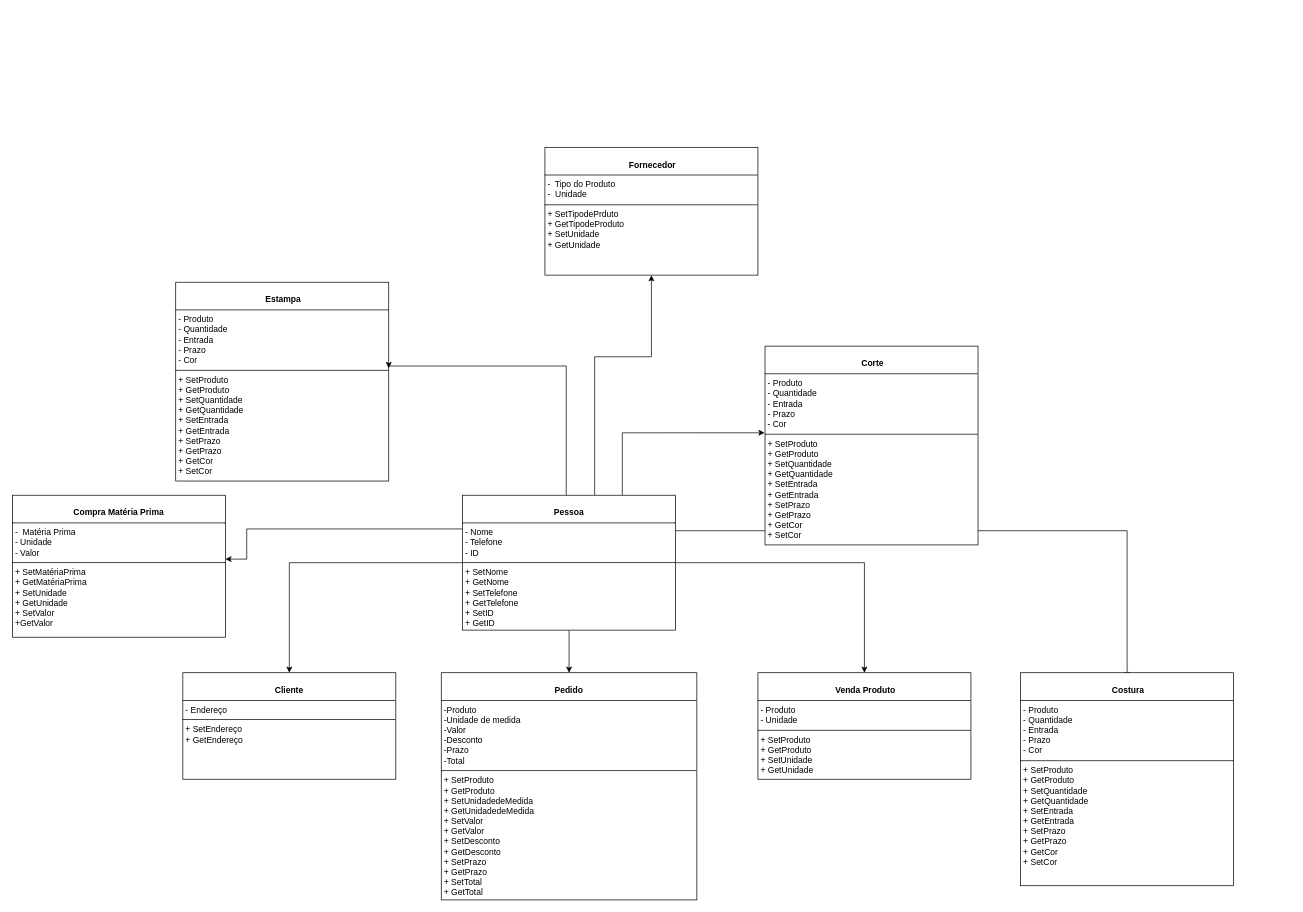
The draw.io diagram page "Página-1" (1 of 3) of DOC/classes.drawio in rafaelareisilva/avatar.app, before the edit. Source tidied: cells renumbered, new cells numbered last; positions are measured from the earlier drawing's top-left corner, leaving out a move shared by most shapes. Both pictures are drawn from the tidied source at 71%, with x=0, y=0 at pixel (12, 147).
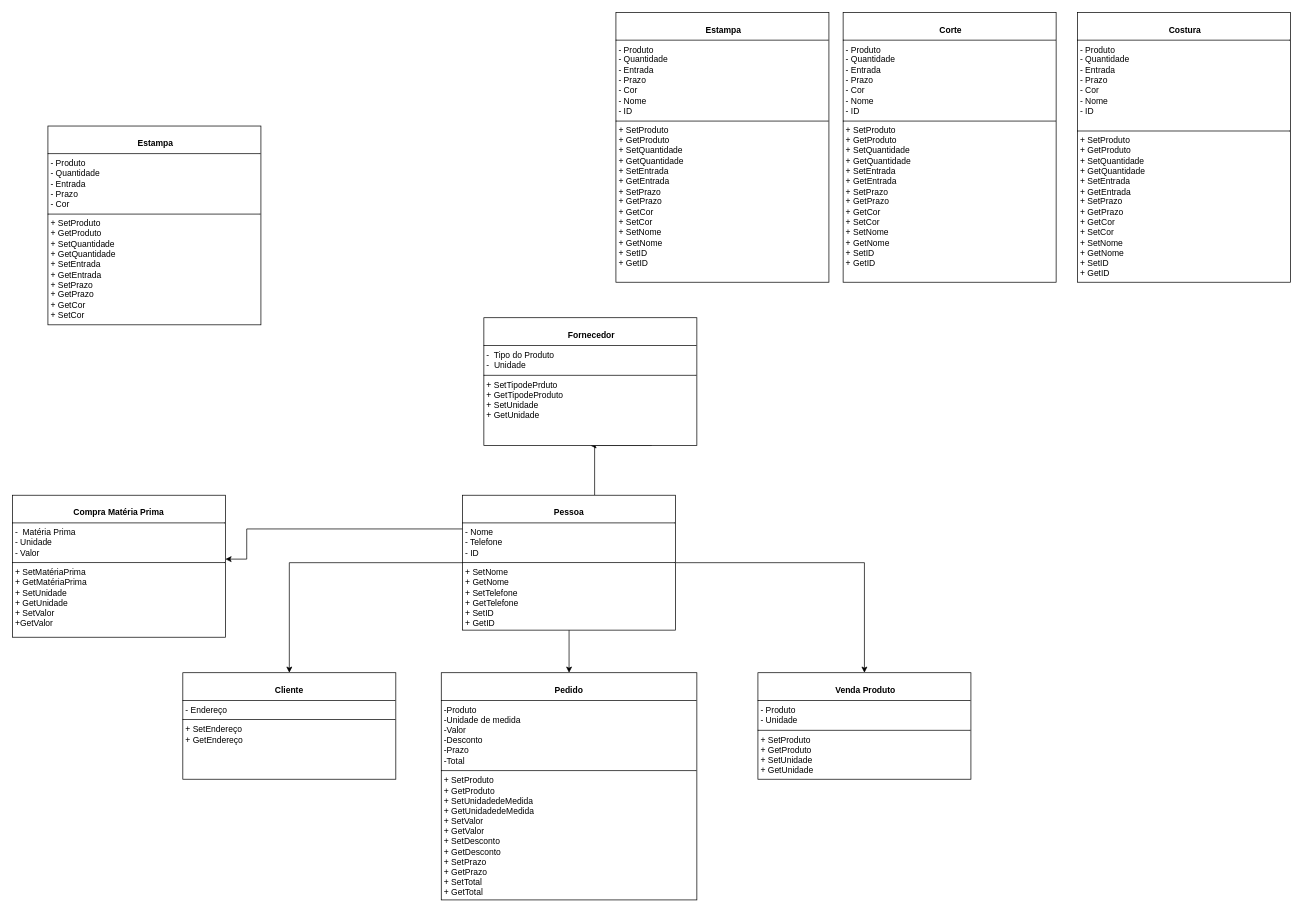
Above is the later version.

The change refers to these unchanged cells:
```xml
<mxCell id="8" value="&lt;p style=&quot;margin:0px;margin-top:4px;text-align:center;&quot;&gt;&lt;br&gt;&lt;b&gt;Pessoa&lt;/b&gt;&lt;/p&gt;&lt;hr size=&quot;1&quot; style=&quot;border-style:solid;&quot;&gt;&lt;p style=&quot;margin:0px;margin-left:4px;&quot;&gt;- Nome&lt;/p&gt;&lt;p style=&quot;margin:0px;margin-left:4px;&quot;&gt;- Telefone&lt;/p&gt;&lt;p style=&quot;margin:0px;margin-left:4px;&quot;&gt;- ID&lt;/p&gt;&lt;hr size=&quot;1&quot; style=&quot;border-style:solid;&quot;&gt;&lt;p style=&quot;margin:0px;margin-left:4px;&quot;&gt;+ SetNome&lt;br&gt;+ GetNome&lt;/p&gt;&lt;p style=&quot;margin:0px;margin-left:4px;&quot;&gt;+ SetTelefone&lt;/p&gt;&lt;p style=&quot;margin:0px;margin-left:4px;&quot;&gt;+ GetTelefone&lt;/p&gt;&lt;p style=&quot;margin:0px;margin-left:4px;&quot;&gt;+ SetID&lt;/p&gt;&lt;p style=&quot;margin:0px;margin-left:4px;&quot;&gt;+ GetID&lt;/p&gt;&lt;p style=&quot;margin:0px;margin-left:4px;&quot;&gt;&lt;br&gt;&lt;/p&gt;&lt;p style=&quot;margin:0px;margin-left:4px;&quot;&gt;&lt;br&gt;&lt;/p&gt;&lt;p style=&quot;margin:0px;margin-left:4px;&quot;&gt;&lt;br&gt;&lt;/p&gt;&lt;p style=&quot;margin:0px;margin-left:4px;&quot;&gt;&lt;br&gt;&lt;/p&gt;&lt;p style=&quot;margin:0px;margin-left:4px;&quot;&gt;&lt;br&gt;&lt;/p&gt;&lt;p style=&quot;margin:0px;margin-left:4px;&quot;&gt;&lt;br&gt;&lt;/p&gt;&lt;p style=&quot;margin:0px;margin-left:4px;&quot;&gt;&lt;br&gt;&lt;/p&gt;&lt;p style=&quot;margin:0px;margin-left:4px;&quot;&gt;&lt;br&gt;&lt;/p&gt;" style="verticalAlign=top;align=left;overflow=fill;html=1;whiteSpace=wrap;" parent="1" vertex="1">
  <mxGeometry x="634" y="490" width="300" height="190" as="geometry" />
</mxCell>
```

Diff of the diagram source:
```diff
@@
-    <mxCell id="5" style="edgeStyle=orthogonalEdgeStyle;rounded=0;orthogonalLoop=1;jettySize=auto;html=1;exitX=1;exitY=0.25;exitDx=0;exitDy=0;entryX=0.5;entryY=0;entryDx=0;entryDy=0;" parent="1" edge="1">
-      <mxGeometry relative="1" as="geometry">
-        <mxPoint x="934" y="540" as="sourcePoint" />
-        <mxPoint x="1570" y="747.5" as="targetPoint" />
-        <Array as="points">
-          <mxPoint x="1570" y="539.5" />
-        </Array>
-      </mxGeometry>
-    </mxCell>
@@
-    <mxCell id="13" value="&lt;p style=&quot;margin:0px;margin-top:4px;text-align:center;&quot;&gt;&lt;br&gt;&lt;b&gt;&amp;nbsp;Costura&lt;/b&gt;&lt;/p&gt;&lt;hr size=&quot;1&quot; style=&quot;border-style:solid;&quot;&gt;&lt;p style=&quot;margin:0px;margin-left:4px;&quot;&gt;- Produto&lt;/p&gt;&lt;p style=&quot;margin:0px;margin-left:4px;&quot;&gt;- Quantidade&lt;/p&gt;&lt;p style=&quot;margin:0px;margin-left:4px;&quot;&gt;- Entrada&lt;/p&gt;&lt;p style=&quot;margin:0px;margin-left:4px;&quot;&gt;- Prazo&lt;/p&gt;&lt;p style=&quot;margin:0px;margin-left:4px;&quot;&gt;- Cor&lt;/p&gt;&lt;hr size=&quot;1&quot; style=&quot;border-style:solid;&quot;&gt;&lt;p style=&quot;margin:0px;margin-left:4px;&quot;&gt;+ SetProduto&lt;br&gt;+ GetProduto&lt;/p&gt;&lt;p style=&quot;margin:0px;margin-left:4px;&quot;&gt;+ SetQuantidade&lt;/p&gt;&lt;p style=&quot;margin:0px;margin-left:4px;&quot;&gt;+ GetQuantidade&lt;/p&gt;&lt;p style=&quot;margin: 0px 0px 0px 4px;&quot;&gt;+ SetEntrada&lt;br&gt;+ GetEntrada&lt;/p&gt;&lt;p style=&quot;margin: 0px 0px 0px 4px;&quot;&gt;+ SetPrazo&lt;/p&gt;&lt;p style=&quot;margin: 0px 0px 0px 4px;&quot;&gt;+ GetPrazo&lt;/p&gt;&lt;p style=&quot;margin: 0px 0px 0px 4px;&quot;&gt;+ GetCor&lt;/p&gt;&lt;p style=&quot;margin: 0px 0px 0px 4px;&quot;&gt;+ SetCor&lt;/p&gt;&lt;p style=&quot;margin:0px;margin-left:4px;&quot;&gt;&lt;/p&gt;&lt;p style=&quot;margin: 0px 0px 0px 4px;&quot;&gt;&lt;br&gt;&lt;/p&gt;&lt;p style=&quot;margin:0px;margin-left:4px;&quot;&gt;&lt;br&gt;&lt;/p&gt;&lt;p style=&quot;margin:0px;margin-left:4px;&quot;&gt;&lt;br&gt;&lt;/p&gt;&lt;p style=&quot;margin:0px;margin-left:4px;&quot;&gt;&lt;br&gt;&lt;/p&gt;&lt;p style=&quot;margin:0px;margin-left:4px;&quot;&gt;&lt;br&gt;&lt;/p&gt;&lt;p style=&quot;margin:0px;margin-left:4px;&quot;&gt;&lt;br&gt;&lt;/p&gt;&lt;p style=&quot;margin:0px;margin-left:4px;&quot;&gt;&lt;br&gt;&lt;/p&gt;&lt;p style=&quot;margin:0px;margin-left:4px;&quot;&gt;&lt;br&gt;&lt;/p&gt;&lt;p style=&quot;margin:0px;margin-left:4px;&quot;&gt;&lt;br&gt;&lt;/p&gt;" style="verticalAlign=top;align=left;overflow=fill;html=1;whiteSpace=wrap;" parent="1" vertex="1">
-      <mxGeometry x="1420" y="740" width="300" height="300" as="geometry" />
+    <mxCell id="13" value="&lt;p style=&quot;margin:0px;margin-top:4px;text-align:center;&quot;&gt;&lt;br&gt;&lt;b&gt;&amp;nbsp;Costura&lt;/b&gt;&lt;/p&gt;&lt;hr size=&quot;1&quot; style=&quot;border-style:solid;&quot;&gt;&lt;p style=&quot;margin:0px;margin-left:4px;&quot;&gt;- Produto&lt;/p&gt;&lt;p style=&quot;margin:0px;margin-left:4px;&quot;&gt;- Quantidade&lt;/p&gt;&lt;p style=&quot;margin:0px;margin-left:4px;&quot;&gt;- Entrada&lt;/p&gt;&lt;p style=&quot;margin:0px;margin-left:4px;&quot;&gt;- Prazo&lt;/p&gt;&lt;p style=&quot;margin:0px;margin-left:4px;&quot;&gt;- Cor&lt;/p&gt;&lt;p style=&quot;margin: 0px 0px 0px 4px;&quot;&gt;- Nome&lt;/p&gt;&lt;p style=&quot;margin: 0px 0px 0px 4px;&quot;&gt;&lt;/p&gt;&lt;p style=&quot;margin:0px;margin-left:4px;&quot;&gt;&lt;/p&gt;&lt;p style=&quot;margin: 0px 0px 0px 4px;&quot;&gt;- ID&lt;/p&gt;&lt;div&gt;&lt;br&gt;&lt;/div&gt;&lt;hr size=&quot;1&quot; style=&quot;border-style:solid;&quot;&gt;&lt;p style=&quot;margin:0px;margin-left:4px;&quot;&gt;+ SetProduto&lt;br&gt;+ GetProduto&lt;/p&gt;&lt;p style=&quot;margin:0px;margin-left:4px;&quot;&gt;+ SetQuantidade&lt;/p&gt;&lt;p style=&quot;margin:0px;margin-left:4px;&quot;&gt;+ GetQuantidade&lt;/p&gt;&lt;p style=&quot;margin: 0px 0px 0px 4px;&quot;&gt;+ SetEntrada&lt;br&gt;+ GetEntrada&lt;/p&gt;&lt;p style=&quot;margin: 0px 0px 0px 4px;&quot;&gt;+ SetPrazo&lt;/p&gt;&lt;p style=&quot;margin: 0px 0px 0px 4px;&quot;&gt;+ GetPrazo&lt;/p&gt;&lt;p style=&quot;margin: 0px 0px 0px 4px;&quot;&gt;+ GetCor&lt;/p&gt;&lt;p style=&quot;margin: 0px 0px 0px 4px;&quot;&gt;+ SetCor&lt;/p&gt;&lt;p style=&quot;margin: 0px 0px 0px 4px;&quot;&gt;+ SetNome&lt;br&gt;+ GetNome&lt;/p&gt;&lt;p style=&quot;margin: 0px 0px 0px 4px;&quot;&gt;&lt;span style=&quot;background-color: initial;&quot;&gt;+ SetID&lt;/span&gt;&lt;br&gt;&lt;/p&gt;&lt;p style=&quot;margin: 0px 0px 0px 4px;&quot;&gt;&lt;/p&gt;&lt;p style=&quot;margin: 0px 0px 0px 4px;&quot;&gt;+ GetID&lt;/p&gt;&lt;p style=&quot;margin:0px;margin-left:4px;&quot;&gt;&lt;/p&gt;&lt;p style=&quot;margin: 0px 0px 0px 4px;&quot;&gt;&lt;br&gt;&lt;/p&gt;&lt;p style=&quot;margin:0px;margin-left:4px;&quot;&gt;&lt;br&gt;&lt;/p&gt;&lt;p style=&quot;margin:0px;margin-left:4px;&quot;&gt;&lt;br&gt;&lt;/p&gt;&lt;p style=&quot;margin:0px;margin-left:4px;&quot;&gt;&lt;br&gt;&lt;/p&gt;&lt;p style=&quot;margin:0px;margin-left:4px;&quot;&gt;&lt;br&gt;&lt;/p&gt;&lt;p style=&quot;margin:0px;margin-left:4px;&quot;&gt;&lt;br&gt;&lt;/p&gt;&lt;p style=&quot;margin:0px;margin-left:4px;&quot;&gt;&lt;br&gt;&lt;/p&gt;&lt;p style=&quot;margin:0px;margin-left:4px;&quot;&gt;&lt;br&gt;&lt;/p&gt;&lt;p style=&quot;margin:0px;margin-left:4px;&quot;&gt;&lt;br&gt;&lt;/p&gt;" style="verticalAlign=top;align=left;overflow=fill;html=1;whiteSpace=wrap;" parent="1" vertex="1">
+      <mxGeometry x="1500" y="-190" width="300" height="380" as="geometry" />
     </mxCell>
-    <mxCell id="14" value="&lt;p style=&quot;margin:0px;margin-top:4px;text-align:center;&quot;&gt;&lt;br&gt;&lt;b&gt;&amp;nbsp;Corte&lt;/b&gt;&lt;/p&gt;&lt;hr size=&quot;1&quot; style=&quot;border-style:solid;&quot;&gt;&lt;p style=&quot;margin:0px;margin-left:4px;&quot;&gt;- Produto&lt;/p&gt;&lt;p style=&quot;margin:0px;margin-left:4px;&quot;&gt;- Quantidade&lt;/p&gt;&lt;p style=&quot;margin:0px;margin-left:4px;&quot;&gt;- Entrada&lt;/p&gt;&lt;p style=&quot;margin:0px;margin-left:4px;&quot;&gt;- Prazo&lt;/p&gt;&lt;p style=&quot;margin:0px;margin-left:4px;&quot;&gt;- Cor&lt;/p&gt;&lt;hr size=&quot;1&quot; style=&quot;border-style:solid;&quot;&gt;&lt;p style=&quot;margin:0px;margin-left:4px;&quot;&gt;+ SetProduto&lt;br&gt;+ GetProduto&lt;/p&gt;&lt;p style=&quot;margin:0px;margin-left:4px;&quot;&gt;+ SetQuantidade&lt;/p&gt;&lt;p style=&quot;margin:0px;margin-left:4px;&quot;&gt;+ GetQuantidade&lt;/p&gt;&lt;p style=&quot;margin: 0px 0px 0px 4px;&quot;&gt;+ SetEntrada&lt;br&gt;+ GetEntrada&lt;/p&gt;&lt;p style=&quot;margin: 0px 0px 0px 4px;&quot;&gt;+ SetPrazo&lt;/p&gt;&lt;p style=&quot;margin: 0px 0px 0px 4px;&quot;&gt;+ GetPrazo&lt;/p&gt;&lt;p style=&quot;margin: 0px 0px 0px 4px;&quot;&gt;+ GetCor&lt;/p&gt;&lt;p style=&quot;margin: 0px 0px 0px 4px;&quot;&gt;+ SetCor&lt;/p&gt;&lt;p style=&quot;margin: 0px 0px 0px 4px;&quot;&gt;&lt;/p&gt;&lt;p style=&quot;margin: 0px 0px 0px 4px;&quot;&gt;&lt;br&gt;&lt;/p&gt;&lt;p&gt;&lt;/p&gt;&lt;p style=&quot;forced-color-adjust: none; margin: 0px 0px 0px 4px;&quot;&gt;&lt;font style=&quot;forced-color-adjust: none; vertical-align: inherit;&quot;&gt;&lt;font style=&quot;forced-color-adjust: none; vertical-align: inherit;&quot;&gt;&lt;/font&gt;&lt;/font&gt;&lt;/p&gt;&lt;p style=&quot;margin:0px;margin-left:4px;&quot;&gt;&lt;/p&gt;&lt;p style=&quot;margin: 0px 0px 0px 4px;&quot;&gt;&lt;br&gt;&lt;/p&gt;&lt;p style=&quot;margin:0px;margin-left:4px;&quot;&gt;&lt;br&gt;&lt;/p&gt;&lt;p style=&quot;margin:0px;margin-left:4px;&quot;&gt;&lt;br&gt;&lt;/p&gt;&lt;p style=&quot;margin:0px;margin-left:4px;&quot;&gt;&lt;br&gt;&lt;/p&gt;&lt;p style=&quot;margin:0px;margin-left:4px;&quot;&gt;&lt;br&gt;&lt;/p&gt;&lt;p style=&quot;margin:0px;margin-left:4px;&quot;&gt;&lt;br&gt;&lt;/p&gt;&lt;p style=&quot;margin:0px;margin-left:4px;&quot;&gt;&lt;br&gt;&lt;/p&gt;&lt;p style=&quot;margin:0px;margin-left:4px;&quot;&gt;&lt;br&gt;&lt;/p&gt;&lt;p style=&quot;margin:0px;margin-left:4px;&quot;&gt;&lt;br&gt;&lt;/p&gt;" style="verticalAlign=top;align=left;overflow=fill;html=1;whiteSpace=wrap;" parent="1" vertex="1">
-      <mxGeometry x="1060" y="280" width="300" height="280" as="geometry" />
+    <mxCell id="14" value="&lt;p style=&quot;margin:0px;margin-top:4px;text-align:center;&quot;&gt;&lt;br&gt;&lt;b&gt;&amp;nbsp;Corte&lt;/b&gt;&lt;/p&gt;&lt;hr size=&quot;1&quot; style=&quot;border-style:solid;&quot;&gt;&lt;p style=&quot;margin:0px;margin-left:4px;&quot;&gt;- Produto&lt;/p&gt;&lt;p style=&quot;margin:0px;margin-left:4px;&quot;&gt;- Quantidade&lt;/p&gt;&lt;p style=&quot;margin:0px;margin-left:4px;&quot;&gt;- Entrada&lt;/p&gt;&lt;p style=&quot;margin:0px;margin-left:4px;&quot;&gt;- Prazo&lt;/p&gt;&lt;p style=&quot;margin:0px;margin-left:4px;&quot;&gt;- Cor&lt;/p&gt;&lt;p style=&quot;margin: 0px 0px 0px 4px;&quot;&gt;- Nome&lt;/p&gt;&lt;p style=&quot;margin:0px;margin-left:4px;&quot;&gt;&lt;/p&gt;&lt;p style=&quot;margin: 0px 0px 0px 4px;&quot;&gt;- ID&lt;/p&gt;&lt;hr size=&quot;1&quot; style=&quot;border-style:solid;&quot;&gt;&lt;p style=&quot;margin:0px;margin-left:4px;&quot;&gt;+ SetProduto&lt;br&gt;+ GetProduto&lt;/p&gt;&lt;p style=&quot;margin:0px;margin-left:4px;&quot;&gt;+ SetQuantidade&lt;/p&gt;&lt;p style=&quot;margin:0px;margin-left:4px;&quot;&gt;+ GetQuantidade&lt;/p&gt;&lt;p style=&quot;margin: 0px 0px 0px 4px;&quot;&gt;+ SetEntrada&lt;br&gt;+ GetEntrada&lt;/p&gt;&lt;p style=&quot;margin: 0px 0px 0px 4px;&quot;&gt;+ SetPrazo&lt;/p&gt;&lt;p style=&quot;margin: 0px 0px 0px 4px;&quot;&gt;+ GetPrazo&lt;/p&gt;&lt;p style=&quot;margin: 0px 0px 0px 4px;&quot;&gt;+ GetCor&lt;/p&gt;&lt;p style=&quot;margin: 0px 0px 0px 4px;&quot;&gt;+ SetCor&lt;/p&gt;&lt;p style=&quot;margin: 0px 0px 0px 4px;&quot;&gt;+ SetNome&lt;br&gt;+ GetNome&lt;/p&gt;&lt;p style=&quot;margin: 0px 0px 0px 4px;&quot;&gt;&lt;span style=&quot;background-color: initial;&quot;&gt;+ SetID&lt;/span&gt;&lt;br&gt;&lt;/p&gt;&lt;p style=&quot;margin: 0px 0px 0px 4px;&quot;&gt;+ GetID&lt;/p&gt;&lt;p style=&quot;margin: 0px 0px 0px 4px;&quot;&gt;&lt;/p&gt;&lt;p style=&quot;margin: 0px 0px 0px 4px;&quot;&gt;&lt;br&gt;&lt;/p&gt;&lt;p style=&quot;margin: 0px 0px 0px 4px;&quot;&gt;&lt;/p&gt;&lt;p style=&quot;margin: 0px 0px 0px 4px;&quot;&gt;&lt;br&gt;&lt;/p&gt;&lt;p&gt;&lt;/p&gt;&lt;p style=&quot;forced-color-adjust: none; margin: 0px 0px 0px 4px;&quot;&gt;&lt;font style=&quot;forced-color-adjust: none; vertical-align: inherit;&quot;&gt;&lt;font style=&quot;forced-color-adjust: none; vertical-align: inherit;&quot;&gt;&lt;/font&gt;&lt;/font&gt;&lt;/p&gt;&lt;p style=&quot;margin:0px;margin-left:4px;&quot;&gt;&lt;/p&gt;&lt;p style=&quot;margin: 0px 0px 0px 4px;&quot;&gt;&lt;br&gt;&lt;/p&gt;&lt;p style=&quot;margin:0px;margin-left:4px;&quot;&gt;&lt;br&gt;&lt;/p&gt;&lt;p style=&quot;margin:0px;margin-left:4px;&quot;&gt;&lt;br&gt;&lt;/p&gt;&lt;p style=&quot;margin:0px;margin-left:4px;&quot;&gt;&lt;br&gt;&lt;/p&gt;&lt;p style=&quot;margin:0px;margin-left:4px;&quot;&gt;&lt;br&gt;&lt;/p&gt;&lt;p style=&quot;margin:0px;margin-left:4px;&quot;&gt;&lt;br&gt;&lt;/p&gt;&lt;p style=&quot;margin:0px;margin-left:4px;&quot;&gt;&lt;br&gt;&lt;/p&gt;&lt;p style=&quot;margin:0px;margin-left:4px;&quot;&gt;&lt;br&gt;&lt;/p&gt;&lt;p style=&quot;margin:0px;margin-left:4px;&quot;&gt;&lt;br&gt;&lt;/p&gt;" style="verticalAlign=top;align=left;overflow=fill;html=1;whiteSpace=wrap;" parent="1" vertex="1">
+      <mxGeometry x="1170" y="-190" width="300" height="380" as="geometry" />
     </mxCell>
     <mxCell id="15" value="&lt;p style=&quot;margin:0px;margin-top:4px;text-align:center;&quot;&gt;&lt;br&gt;&lt;b&gt;&amp;nbsp;Estampa&lt;/b&gt;&lt;/p&gt;&lt;hr size=&quot;1&quot; style=&quot;border-style:solid;&quot;&gt;&lt;p style=&quot;margin:0px;margin-left:4px;&quot;&gt;- Produto&lt;/p&gt;&lt;p style=&quot;margin:0px;margin-left:4px;&quot;&gt;- Quantidade&lt;/p&gt;&lt;p style=&quot;margin:0px;margin-left:4px;&quot;&gt;- Entrada&lt;/p&gt;&lt;p style=&quot;margin:0px;margin-left:4px;&quot;&gt;- Prazo&lt;/p&gt;&lt;p style=&quot;margin:0px;margin-left:4px;&quot;&gt;- Cor&lt;/p&gt;&lt;hr size=&quot;1&quot; style=&quot;border-style:solid;&quot;&gt;&lt;p style=&quot;margin:0px;margin-left:4px;&quot;&gt;+ SetProduto&lt;br&gt;+ GetProduto&lt;/p&gt;&lt;p style=&quot;margin:0px;margin-left:4px;&quot;&gt;+ SetQuantidade&lt;/p&gt;&lt;p style=&quot;margin:0px;margin-left:4px;&quot;&gt;+ GetQuantidade&lt;/p&gt;&lt;p style=&quot;margin: 0px 0px 0px 4px;&quot;&gt;+ SetEntrada&lt;br&gt;+ GetEntrada&lt;/p&gt;&lt;p style=&quot;margin: 0px 0px 0px 4px;&quot;&gt;+ SetPrazo&lt;/p&gt;&lt;p style=&quot;margin: 0px 0px 0px 4px;&quot;&gt;+ GetPrazo&lt;/p&gt;&lt;p style=&quot;margin: 0px 0px 0px 4px;&quot;&gt;+ GetCor&lt;/p&gt;&lt;p style=&quot;margin: 0px 0px 0px 4px;&quot;&gt;+ SetCor&lt;/p&gt;&lt;p style=&quot;margin: 0px 0px 0px 4px;&quot;&gt;&lt;/p&gt;&lt;p style=&quot;margin: 0px 0px 0px 4px;&quot;&gt;&lt;br&gt;&lt;/p&gt;&lt;p&gt;&lt;/p&gt;&lt;p style=&quot;forced-color-adjust: none; margin: 0px 0px 0px 4px;&quot;&gt;&lt;font style=&quot;forced-color-adjust: none; vertical-align: inherit;&quot;&gt;&lt;font style=&quot;forced-color-adjust: none; vertical-align: inherit;&quot;&gt;&lt;/font&gt;&lt;/font&gt;&lt;/p&gt;&lt;p style=&quot;margin:0px;margin-left:4px;&quot;&gt;&lt;/p&gt;&lt;p style=&quot;margin: 0px 0px 0px 4px;&quot;&gt;&lt;br&gt;&lt;/p&gt;&lt;p style=&quot;margin:0px;margin-left:4px;&quot;&gt;&lt;br&gt;&lt;/p&gt;&lt;p style=&quot;margin:0px;margin-left:4px;&quot;&gt;&lt;br&gt;&lt;/p&gt;&lt;p style=&quot;margin:0px;margin-left:4px;&quot;&gt;&lt;br&gt;&lt;/p&gt;&lt;p style=&quot;margin:0px;margin-left:4px;&quot;&gt;&lt;br&gt;&lt;/p&gt;&lt;p style=&quot;margin:0px;margin-left:4px;&quot;&gt;&lt;br&gt;&lt;/p&gt;&lt;p style=&quot;margin:0px;margin-left:4px;&quot;&gt;&lt;br&gt;&lt;/p&gt;&lt;p style=&quot;margin:0px;margin-left:4px;&quot;&gt;&lt;br&gt;&lt;/p&gt;&lt;p style=&quot;margin:0px;margin-left:4px;&quot;&gt;&lt;br&gt;&lt;/p&gt;" style="verticalAlign=top;align=left;overflow=fill;html=1;whiteSpace=wrap;" parent="1" vertex="1">
-      <mxGeometry x="230" y="190" width="300" height="280" as="geometry" />
+      <mxGeometry x="50" y="-30" width="300" height="280" as="geometry" />
     </mxCell>
-    <mxCell id="16" style="edgeStyle=orthogonalEdgeStyle;rounded=0;jettySize=auto;html=1;entryX=1;entryY=0.432;entryDx=0;entryDy=0;entryPerimeter=0;" parent="1" edge="1" source="8" target="15">
-      <mxGeometry relative="1" as="geometry">
-        <Array as="points">
-          <mxPoint x="780" y="308" />
-        </Array>
-      </mxGeometry>
-    </mxCell>
-    <mxCell id="17" style="edgeStyle=orthogonalEdgeStyle;rounded=0;jettySize=auto;html=1;exitX=0.75;exitY=0;exitDx=0;exitDy=0;entryX=-0.002;entryY=0.436;entryDx=0;entryDy=0;entryPerimeter=0;" parent="1" edge="1" source="8" target="14">
-      <mxGeometry relative="1" as="geometry" />
-    </mxCell>
     <mxCell id="18" value="&lt;p style=&quot;margin:0px;margin-top:4px;text-align:center;&quot;&gt;&lt;br&gt;&lt;b&gt;&amp;nbsp;Fornecedor&lt;/b&gt;&lt;/p&gt;&lt;hr size=&quot;1&quot; style=&quot;border-style:solid;&quot;&gt;&lt;p style=&quot;margin:0px;margin-left:4px;&quot;&gt;-&amp;nbsp; Tipo do Produto&lt;/p&gt;&lt;p style=&quot;margin:0px;margin-left:4px;&quot;&gt;-&amp;nbsp; Unidade&lt;/p&gt;&lt;hr size=&quot;1&quot; style=&quot;border-style:solid;&quot;&gt;&lt;p style=&quot;margin:0px;margin-left:4px;&quot;&gt;+ SetTipodePrduto&lt;br&gt;+ GetTipodeProduto&lt;/p&gt;&lt;p style=&quot;margin:0px;margin-left:4px;&quot;&gt;+ SetUnidade&lt;/p&gt;&lt;p style=&quot;margin:0px;margin-left:4px;&quot;&gt;+ Get&lt;span style=&quot;background-color: initial;&quot;&gt;Unidade&lt;/span&gt;&lt;/p&gt;&lt;p style=&quot;margin: 0px 0px 0px 4px;&quot;&gt;&lt;br&gt;&lt;/p&gt;&lt;p style=&quot;margin:0px;margin-left:4px;&quot;&gt;&lt;br&gt;&lt;/p&gt;&lt;p style=&quot;margin:0px;margin-left:4px;&quot;&gt;&lt;br&gt;&lt;/p&gt;&lt;p style=&quot;margin:0px;margin-left:4px;&quot;&gt;&lt;br&gt;&lt;/p&gt;&lt;p style=&quot;margin:0px;margin-left:4px;&quot;&gt;&lt;br&gt;&lt;/p&gt;&lt;p style=&quot;margin:0px;margin-left:4px;&quot;&gt;&lt;br&gt;&lt;/p&gt;&lt;p style=&quot;margin:0px;margin-left:4px;&quot;&gt;&lt;br&gt;&lt;/p&gt;&lt;p style=&quot;margin:0px;margin-left:4px;&quot;&gt;&lt;br&gt;&lt;/p&gt;&lt;p style=&quot;margin:0px;margin-left:4px;&quot;&gt;&lt;br&gt;&lt;/p&gt;" style="verticalAlign=top;align=left;overflow=fill;html=1;whiteSpace=wrap;" parent="1" vertex="1">
-      <mxGeometry x="750" width="300" height="180" as="geometry" />
+      <mxGeometry x="664" y="240" width="300" height="180" as="geometry" />
     </mxCell>
@@
+    <mxCell id="20" value="&lt;p style=&quot;margin:0px;margin-top:4px;text-align:center;&quot;&gt;&lt;br&gt;&lt;b&gt;&amp;nbsp;Estampa&lt;/b&gt;&lt;/p&gt;&lt;hr size=&quot;1&quot; style=&quot;border-style:solid;&quot;&gt;&lt;p style=&quot;margin:0px;margin-left:4px;&quot;&gt;- Produto&lt;/p&gt;&lt;p style=&quot;margin:0px;margin-left:4px;&quot;&gt;- Quantidade&lt;/p&gt;&lt;p style=&quot;margin:0px;margin-left:4px;&quot;&gt;- Entrada&lt;/p&gt;&lt;p style=&quot;margin:0px;margin-left:4px;&quot;&gt;- Prazo&lt;/p&gt;&lt;p style=&quot;margin:0px;margin-left:4px;&quot;&gt;- Cor&lt;/p&gt;&lt;p style=&quot;margin: 0px 0px 0px 4px;&quot;&gt;- Nome&lt;/p&gt;&lt;p style=&quot;margin:0px;margin-left:4px;&quot;&gt;&lt;/p&gt;&lt;p style=&quot;margin: 0px 0px 0px 4px;&quot;&gt;- ID&lt;/p&gt;&lt;hr size=&quot;1&quot; style=&quot;border-style:solid;&quot;&gt;&lt;p style=&quot;margin:0px;margin-left:4px;&quot;&gt;+ SetProduto&lt;br&gt;+ GetProduto&lt;/p&gt;&lt;p style=&quot;margin:0px;margin-left:4px;&quot;&gt;+ SetQuantidade&lt;/p&gt;&lt;p style=&quot;margin:0px;margin-left:4px;&quot;&gt;+ GetQuantidade&lt;/p&gt;&lt;p style=&quot;margin: 0px 0px 0px 4px;&quot;&gt;+ SetEntrada&lt;br&gt;+ GetEntrada&lt;/p&gt;&lt;p style=&quot;margin: 0px 0px 0px 4px;&quot;&gt;+ SetPrazo&lt;/p&gt;&lt;p style=&quot;margin: 0px 0px 0px 4px;&quot;&gt;+ GetPrazo&lt;/p&gt;&lt;p style=&quot;margin: 0px 0px 0px 4px;&quot;&gt;+ GetCor&lt;/p&gt;&lt;p style=&quot;margin: 0px 0px 0px 4px;&quot;&gt;+ SetCor&lt;/p&gt;&lt;p style=&quot;margin: 0px 0px 0px 4px;&quot;&gt;+ SetNome&lt;br&gt;+ GetNome&lt;/p&gt;&lt;p style=&quot;margin: 0px 0px 0px 4px;&quot;&gt;+ SetID&lt;/p&gt;&lt;p style=&quot;margin: 0px 0px 0px 4px;&quot;&gt;+ GetID&lt;/p&gt;&lt;p style=&quot;margin: 0px 0px 0px 4px;&quot;&gt;&lt;/p&gt;&lt;p style=&quot;margin: 0px 0px 0px 4px;&quot;&gt;&lt;br&gt;&lt;/p&gt;&lt;p style=&quot;margin: 0px 0px 0px 4px;&quot;&gt;&lt;/p&gt;&lt;p style=&quot;margin: 0px 0px 0px 4px;&quot;&gt;&lt;br&gt;&lt;/p&gt;&lt;p&gt;&lt;/p&gt;&lt;p style=&quot;forced-color-adjust: none; margin: 0px 0px 0px 4px;&quot;&gt;&lt;font style=&quot;forced-color-adjust: none; vertical-align: inherit;&quot;&gt;&lt;font style=&quot;forced-color-adjust: none; vertical-align: inherit;&quot;&gt;&lt;/font&gt;&lt;/font&gt;&lt;/p&gt;&lt;p style=&quot;margin:0px;margin-left:4px;&quot;&gt;&lt;/p&gt;&lt;p style=&quot;margin: 0px 0px 0px 4px;&quot;&gt;&lt;br&gt;&lt;/p&gt;&lt;p style=&quot;margin:0px;margin-left:4px;&quot;&gt;&lt;br&gt;&lt;/p&gt;&lt;p style=&quot;margin:0px;margin-left:4px;&quot;&gt;&lt;br&gt;&lt;/p&gt;&lt;p style=&quot;margin:0px;margin-left:4px;&quot;&gt;&lt;br&gt;&lt;/p&gt;&lt;p style=&quot;margin:0px;margin-left:4px;&quot;&gt;&lt;br&gt;&lt;/p&gt;&lt;p style=&quot;margin:0px;margin-left:4px;&quot;&gt;&lt;br&gt;&lt;/p&gt;&lt;p style=&quot;margin:0px;margin-left:4px;&quot;&gt;&lt;br&gt;&lt;/p&gt;&lt;p style=&quot;margin:0px;margin-left:4px;&quot;&gt;&lt;br&gt;&lt;/p&gt;&lt;p style=&quot;margin:0px;margin-left:4px;&quot;&gt;&lt;br&gt;&lt;/p&gt;" style="verticalAlign=top;align=left;overflow=fill;html=1;whiteSpace=wrap;" parent="1" vertex="1">
+      <mxGeometry x="850" y="-190" width="300" height="380" as="geometry" />
+    </mxCell>
```
